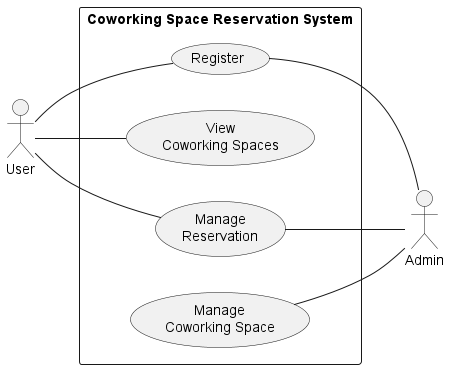
Before: doc/Use Case Diagram/Coworking Space Reservation System Use Case Diagram.png, a diagram exported from PlantUML (SupanutT/sw-dev-prac-project).
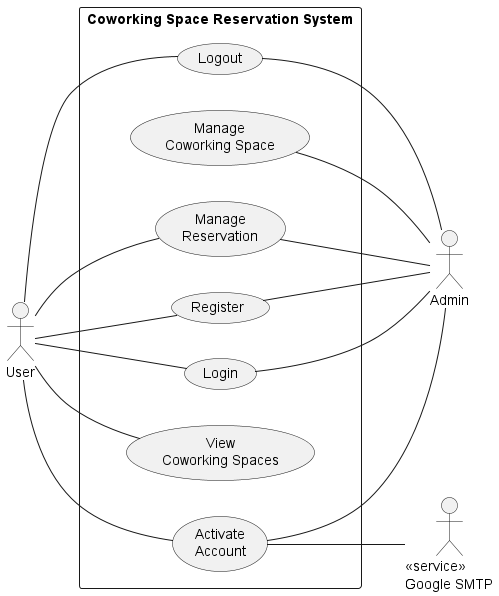
Later version of the same file.

Commit message:
fix: use case and sequence png

Diff of the diagram source:
```diff
@@ -3,18 +3,30 @@
 actor "User" as user
 rectangle "Coworking Space Reservation System" as CSRSystem {
     usecase "Register" as register
+    usecase "Login" as login
+    usecase "Logout" as logout
+    usecase "Activate\nAccount" as activateAccount
     usecase "View\nCoworking Spaces" as viewCoworkingSpaces
     usecase "Manage\nReservation" as manageReservation
     usecase "Manage\nCoworking Space" as manageCoworkingSpace
 }
 
 user -- register
+user -- login
+user -- logout
+user -- activateAccount
 user -- viewCoworkingSpaces
 user -- manageReservation
 
 actor "Admin" as admin
 register -- admin
+login -- admin
+logout -- admin
+activateAccount -- admin
 manageReservation -- admin
 manageCoworkingSpace -- admin
 
+actor "<<service>>\nGoogle SMTP" as smtp
+activateAccount -- smtp
+
 @enduml
```
